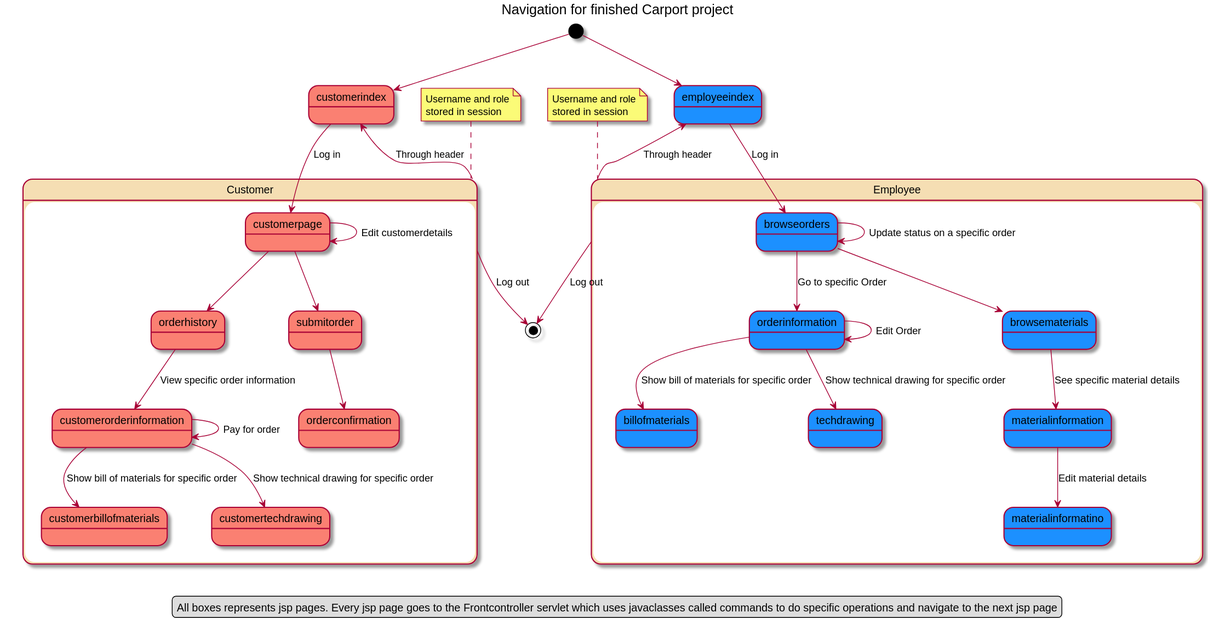
Before: src/main/java/Diagrams/NavigationDiagramFinished.svg, a diagram exported from PlantUML (EmilVHermansen/Carport).
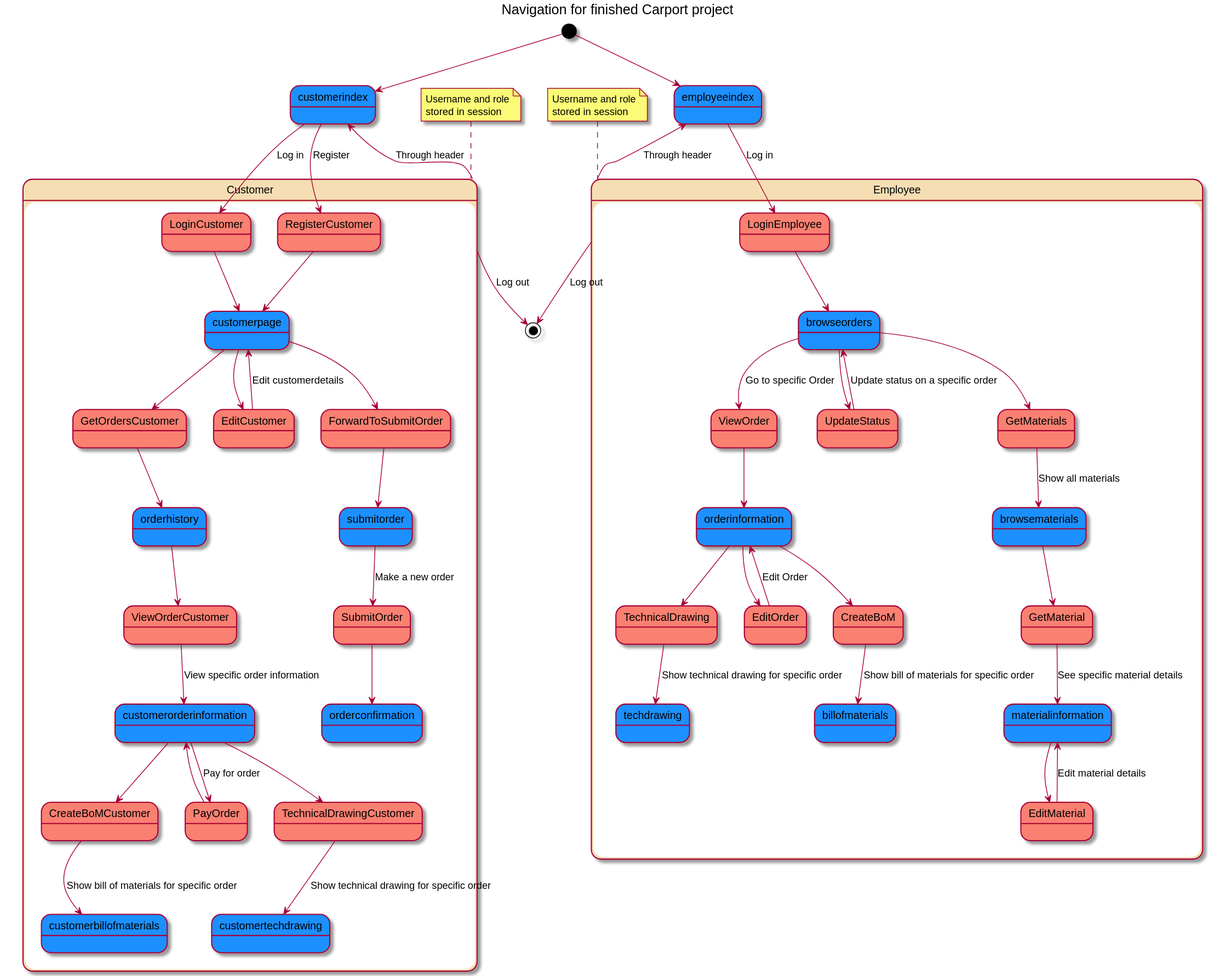
The same file after the commit.

Commit message:
Deleted to early diagrams and changed names of the new diagrams

Diff of the diagram source:
```diff
@@ -11,36 +11,53 @@
 stored in session
 end note
 
-legend bottom center
-All boxes represents jsp pages. Every jsp page goes to the Frontcontroller servlet which uses javaclasses called commands to do specific operations and navigate to the next jsp page
-end legend
 
-[*] --> customerindex #Salmon
+[*] --> customerindex #DodgerBlue
 [*] --> employeeindex #DodgerBlue
 
 
 state Customer #Wheat {
-customerindex --> customerpage #Salmon : Log in
-customerpage --> customerpage : Edit customerdetails
-customerpage --> orderhistory #Salmon
-orderhistory --> customerorderinformation #Salmon : View specific order information
-customerorderinformation --> customerorderinformation : Pay for order
-customerorderinformation --> customertechdrawing #Salmon : Show technical drawing for specific order
-customerorderinformation --> customerbillofmaterials  #Salmon : Show bill of materials for specific order
-customerpage --> submitorder #Salmon
-submitorder --> orderconfirmation #Salmon
+customerindex --> RegisterCustomer #Salmon : Register
+RegisterCustomer --> customerpage #DodgerBlue
+customerindex --> LoginCustomer #Salmon : Log in
+LoginCustomer --> customerpage #DodgerBlue
+customerpage --> EditCustomer #Salmon
+EditCustomer --> customerpage : Edit customerdetails
+customerpage --> GetOrdersCustomer #Salmon
+GetOrdersCustomer --> orderhistory #DodgerBlue
+orderhistory --> ViewOrderCustomer #salmon
+ViewOrderCustomer --> customerorderinformation #DodgerBlue : View specific order information
+customerorderinformation --> PayOrder #Salmon : Pay for order
+PayOrder --> customerorderinformation
+customerorderinformation --> TechnicalDrawingCustomer #Salmon
+TechnicalDrawingCustomer --> customertechdrawing #DodgerBlue : Show technical drawing for specific order
+customerorderinformation --> CreateBoMCustomer #Salmon
+CreateBoMCustomer --> customerbillofmaterials  #DodgerBlue : Show bill of materials for specific order
+customerpage --> ForwardToSubmitOrder #Salmon
+ForwardToSubmitOrder --> submitorder #DodgerBlue
+submitorder --> SubmitOrder #Salmon : Make a new order
+SubmitOrder --> orderconfirmation #DodgerBlue
 }
 
 state Employee #Wheat {
-employeeindex --> browseorders #DodgerBlue : Log in
-browseorders --> browseorders : Update status on a specific order
-browseorders --> orderinformation #DodgerBlue : Go to specific Order
-browseorders --> browsematerials #DodgerBlue
-orderinformation --> techdrawing #DodgerBlue : Show technical drawing for specific order
-orderinformation --> billofmaterials #DodgerBlue : Show bill of materials for specific order
-browsematerials --> materialinformation #DodgerBlue : See specific material details
-materialinformation --> materialinformatino #DodgerBlue : Edit material details
-orderinformation --> orderinformation : Edit Order
+employeeindex --> LoginEmployee #Salmon : Log in
+LoginEmployee --> browseorders #DodgerBlue
+browseorders --> UpdateStatus #Salmon
+UpdateStatus --> browseorders : Update status on a specific order
+browseorders --> ViewOrder #Salmon : Go to specific Order
+ViewOrder --> orderinformation #DodgerBlue
+orderinformation --> EditOrder #Salmon
+EditOrder --> orderinformation : Edit Order
+orderinformation --> CreateBoM #Salmon
+CreateBoM --> billofmaterials #DodgerBlue : Show bill of materials for specific order
+orderinformation --> TechnicalDrawing #Salmon
+TechnicalDrawing --> techdrawing #DodgerBlue : Show technical drawing for specific order
+browseorders --> GetMaterials #Salmon
+GetMaterials --> browsematerials #DodgerBlue : Show all materials
+browsematerials --> GetMaterial #Salmon
+GetMaterial --> materialinformation #DodgerBlue : See specific material details
+materialinformation --> EditMaterial #Salmon
+EditMaterial --> materialinformation #DodgerBlue : Edit material details
 }
 
 Employee --> employeeindex : Through header
```
